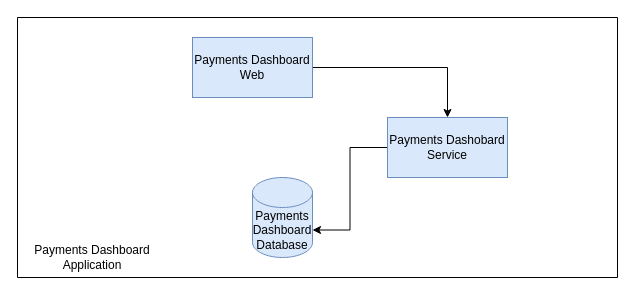
dinesh-i/payment-business-dashboard keeps this draw.io diagram as Payment Dashboard - Container Diagram.drawio. Above is the earlier version. Source tidied: cells renumbered, new cells numbered last; positions are measured from the earlier drawing's top-left corner, leaving out a move shared by most shapes. Both pictures are drawn from the tidied source at 100%, with x=0, y=0 at pixel (17, 17).
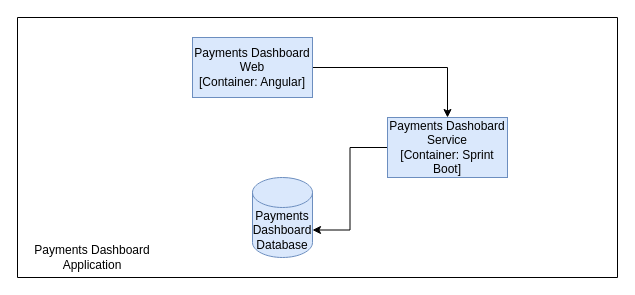
The same page after the edit.

What changed in the source:
```diff
@@
 <mxGraphModel>
   <root>
     <mxCell id="0" />
     <mxCell id="1" parent="0" />
     <mxCell id="2" style="swimlane;startSize=0;" parent="1" vertex="1">
       <mxGeometry width="600" height="260" as="geometry" />
     </mxCell>
     <mxCell id="3" style="edgeStyle=orthogonalEdgeStyle;rounded=0;jettySize=auto;html=1;entryX=1;entryY=0;entryDx=0;entryDy=52.5;entryPerimeter=0;" parent="2" edge="1" source="4" target="5">
       <mxGeometry relative="1" as="geometry" />
     </mxCell>
-    <mxCell id="4" value="Payments Dashobard Service" style="rounded=0;whiteSpace=wrap;html=1;fillColor=#dae8fc;strokeColor=#6c8ebf;" parent="2" vertex="1">
+    <mxCell id="4" value="Payments Dashobard Service&lt;br&gt;[Container: Sprint Boot]" style="rounded=0;whiteSpace=wrap;html=1;fillColor=#dae8fc;strokeColor=#6c8ebf;" parent="2" vertex="1">
       <mxGeometry x="370" y="100" width="120" height="60" as="geometry" />
     </mxCell>
     <mxCell id="5" value="&lt;span&gt;Payments Dashboard Database&lt;/span&gt;" style="shape=cylinder3;whiteSpace=wrap;html=1;boundedLbl=1;backgroundOutline=1;size=15;fillColor=#dae8fc;strokeColor=#6c8ebf;" parent="2" vertex="1">
       <mxGeometry x="235" y="160" width="60" height="80" as="geometry" />
     </mxCell>
     <mxCell id="6" style="edgeStyle=orthogonalEdgeStyle;rounded=0;jettySize=auto;html=1;entryX=0.5;entryY=0;entryDx=0;entryDy=0;" parent="2" edge="1" source="7" target="4">
       <mxGeometry relative="1" as="geometry" />
     </mxCell>
-    <mxCell id="7" value="Payments Dashboard Web" style="rounded=0;whiteSpace=wrap;html=1;fillColor=#dae8fc;strokeColor=#6c8ebf;" parent="2" vertex="1">
+    <mxCell id="7" value="Payments Dashboard Web&lt;br&gt;[Container: Angular]" style="rounded=0;whiteSpace=wrap;html=1;fillColor=#dae8fc;strokeColor=#6c8ebf;" parent="2" vertex="1">
       <mxGeometry x="175" y="20" width="120" height="60" as="geometry" />
     </mxCell>
     <mxCell id="8" value="Payments Dashboard Application" style="text;html=1;strokeColor=none;fillColor=none;align=center;verticalAlign=middle;whiteSpace=wrap;rounded=0;" parent="2" vertex="1">
       <mxGeometry x="10" y="230" width="130" height="20" as="geometry" />
     </mxCell>
   </root>
 </mxGraphModel>
```
